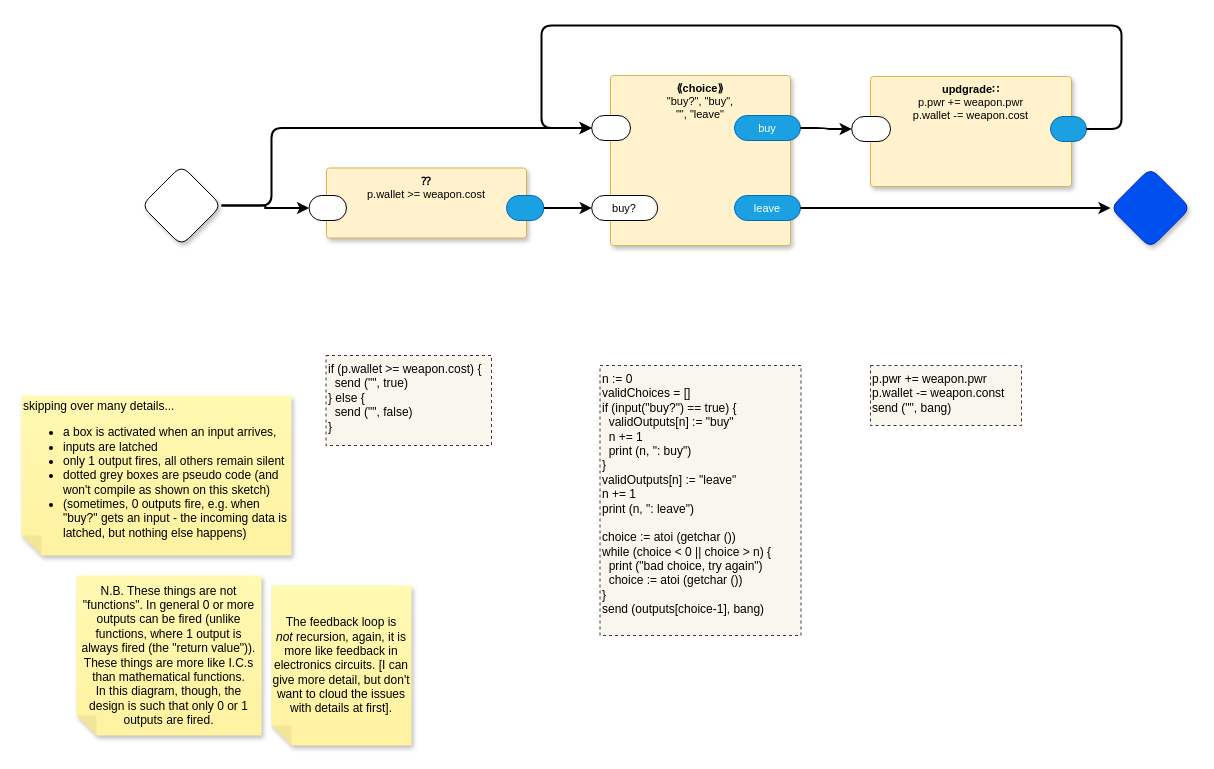
This is page "Shop" (4 of 4) of test-dc0d.drawio from guitarvydas/gen0d, a draw.io file, before an edit. Source tidied: cells renumbered, new cells numbered last; positions are measured from the earlier drawing's top-left corner, leaving out a move shared by most shapes. Both pictures are drawn from the tidied source at 100%, with x=0, y=0 at pixel (21, 25).
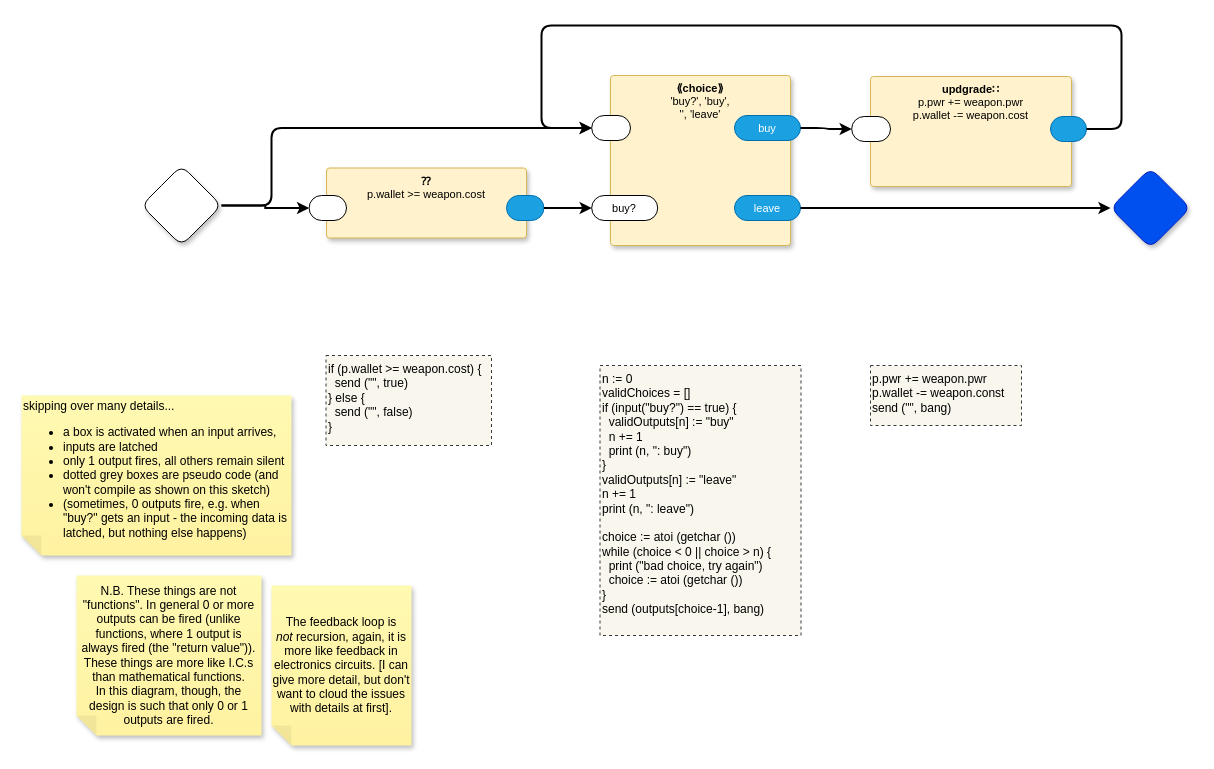
The same diagram, later.

Commit message (it also covers changes not shown here):
code emitted forpred and choice is invalid

The edit, as a diff of the source:
```diff
@@
-    <mxCell id="7" value="&lt;span style=&quot;border-color: var(--border-color);&quot;&gt;&lt;b&gt;&lt;span style=&quot;border-color: var(--border-color);&quot;&gt;⟪&lt;/span&gt;choice&lt;/b&gt;&lt;b style=&quot;border-color: var(--border-color);&quot;&gt;⟫&lt;/b&gt;&lt;br&gt;&lt;/span&gt;&quot;buy?&quot;, &quot;buy&quot;,&lt;br&gt;&quot;&quot;, &quot;leave&quot;" style="rounded=1;whiteSpace=wrap;html=1;sketch=0;verticalAlign=top;arcSize=6;fontStyle=0;absoluteArcSize=1;shadow=1;strokeColor=#d6b656;fillColor=#fff2cc;fontFamily=Helvetica;fontSize=11;" parent="1" vertex="1">
+    <mxCell id="7" value="&lt;span style=&quot;border-color: var(--border-color);&quot;&gt;&lt;b&gt;&lt;span style=&quot;border-color: var(--border-color);&quot;&gt;⟪&lt;/span&gt;choice&lt;/b&gt;&lt;b style=&quot;border-color: var(--border-color);&quot;&gt;⟫&lt;/b&gt;&lt;br&gt;&lt;/span&gt;'buy?', 'buy',&lt;br&gt;'', 'leave'" style="rounded=1;whiteSpace=wrap;html=1;sketch=0;verticalAlign=top;arcSize=6;fontStyle=0;absoluteArcSize=1;shadow=1;strokeColor=#d6b656;fillColor=#fff2cc;fontFamily=Helvetica;fontSize=11;" parent="1" vertex="1">
       <mxGeometry x="589" y="50" width="180" height="170" as="geometry" />
     </mxCell>
```
